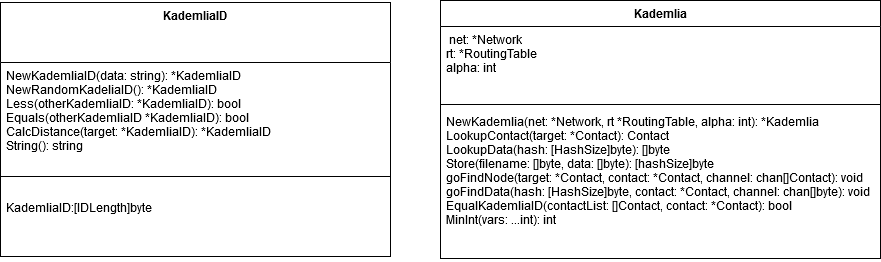
Before: architectural-description.png, a diagram exported from draw.io (osksun/d7024e-lab-grp-1). Source tidied: cells renumbered, new cells last; positions are measured from the earlier drawing's top-left corner, leaving out a move shared by most shapes.
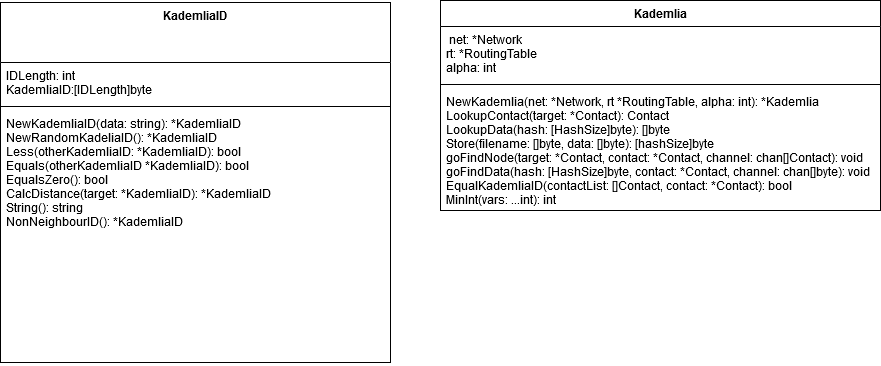
Later version of the same file.

Change to the diagram source:
```diff
@@ -3,28 +3,28 @@
     <mxCell id="0" />
     <mxCell id="1" parent="0" />
     <mxCell id="2" value="KademliaID" style="swimlane;fontStyle=1;align=center;verticalAlign=top;horizontal=1;startSize=60;" parent="1" vertex="1">
-      <mxGeometry y="2" width="390" height="254" as="geometry" />
+      <mxGeometry y="2" width="390" height="360" as="geometry" />
     </mxCell>
-    <mxCell id="3" value="NewKademliaID(data: string): *KademliaID&#10;NewRandomKadeliaID(): *KademliaID&#10;Less(otherKademliaID: *KademliaID): bool&#10;Equals(otherKademliaID *KademliaID): bool&#10;CalcDistance(target: *KademliaID): *KademliaID&#10;String(): string&#10;&#10;&#10;" style="text;strokeColor=none;fillColor=none;align=left;verticalAlign=top;spacingLeft=4;spacingRight=4;overflow=hidden;" parent="2" vertex="1">
-      <mxGeometry y="60" width="390" height="110" as="geometry" />
+    <mxCell id="3" value="IDLength: int&#10;KademliaID:[IDLength]byte" style="text;strokeColor=none;fillColor=none;align=left;verticalAlign=top;spacingLeft=4;spacingRight=4;overflow=hidden;" parent="2" vertex="1">
+      <mxGeometry y="60" width="390" height="40" as="geometry" />
     </mxCell>
     <mxCell id="4" style="line;strokeWidth=1;fillColor=none;align=left;verticalAlign=middle;spacingTop=-1;spacingLeft=3;spacingRight=3;labelPosition=right;" parent="2" vertex="1">
-      <mxGeometry y="170" width="390" height="8" as="geometry" />
+      <mxGeometry y="100" width="390" height="8" as="geometry" />
     </mxCell>
-    <mxCell id="5" value="&#10;KademliaID:[IDLength]byte&#10;" style="text;strokeColor=none;fillColor=none;align=left;verticalAlign=top;spacingLeft=4;spacingRight=4;overflow=hidden;" parent="2" vertex="1">
-      <mxGeometry y="178" width="390" height="76" as="geometry" />
+    <mxCell id="5" value="NewKademliaID(data: string): *KademliaID&#10;NewRandomKadeliaID(): *KademliaID&#10;Less(otherKademliaID: *KademliaID): bool&#10;Equals(otherKademliaID *KademliaID): bool&#10;EqualsZero(): bool&#10;CalcDistance(target: *KademliaID): *KademliaID&#10;String(): string&#10;NonNeighbourID(): *KademliaID&#10;&#10;" style="text;strokeColor=none;fillColor=none;align=left;verticalAlign=top;spacingLeft=4;spacingRight=4;overflow=hidden;" parent="2" vertex="1">
+      <mxGeometry y="108" width="390" height="252" as="geometry" />
     </mxCell>
     <mxCell id="6" value="Kademlia" style="swimlane;fontStyle=1;align=center;verticalAlign=top;horizontal=1;startSize=26;" parent="1" vertex="1">
-      <mxGeometry x="440" width="440" height="258" as="geometry" />
+      <mxGeometry x="440" width="440" height="210" as="geometry" />
     </mxCell>
     <mxCell id="7" value=" net: *Network&#10;rt: *RoutingTable&#10;alpha: int&#10;" style="text;strokeColor=none;fillColor=none;align=left;verticalAlign=top;spacingLeft=4;spacingRight=4;overflow=hidden;" parent="6" vertex="1">
-      <mxGeometry y="26" width="440" height="74" as="geometry" />
+      <mxGeometry y="26" width="440" height="54" as="geometry" />
     </mxCell>
     <mxCell id="8" style="line;strokeWidth=1;fillColor=none;align=left;verticalAlign=middle;spacingTop=-1;spacingLeft=3;spacingRight=3;labelPosition=right;" parent="6" vertex="1">
-      <mxGeometry y="100" width="440" height="8" as="geometry" />
+      <mxGeometry y="80" width="440" height="8" as="geometry" />
     </mxCell>
     <mxCell id="9" value="NewKademlia(net: *Network, rt *RoutingTable, alpha: int): *Kademlia&#10;LookupContact(target: *Contact): Contact&#10;LookupData(hash: [HashSize]byte): []byte&#10;Store(filename: []byte, data: []byte): [hashSize]byte&#10;goFindNode(target: *Contact, contact: *Contact, channel: chan[]Contact): void&#10;goFindData(hash: [HashSize]byte, contact: *Contact, channel: chan[]byte): void&#10;EqualKademliaID(contactList: []Contact, contact: *Contact): bool&#10;MinInt(vars: ...int): int&#10;&#10;&#10;" style="text;strokeColor=none;fillColor=none;align=left;verticalAlign=top;spacingLeft=4;spacingRight=4;overflow=hidden;" parent="6" vertex="1">
-      <mxGeometry y="108" width="440" height="150" as="geometry" />
+      <mxGeometry y="88" width="440" height="122" as="geometry" />
     </mxCell>
   </root>
 </mxGraphModel>
```
